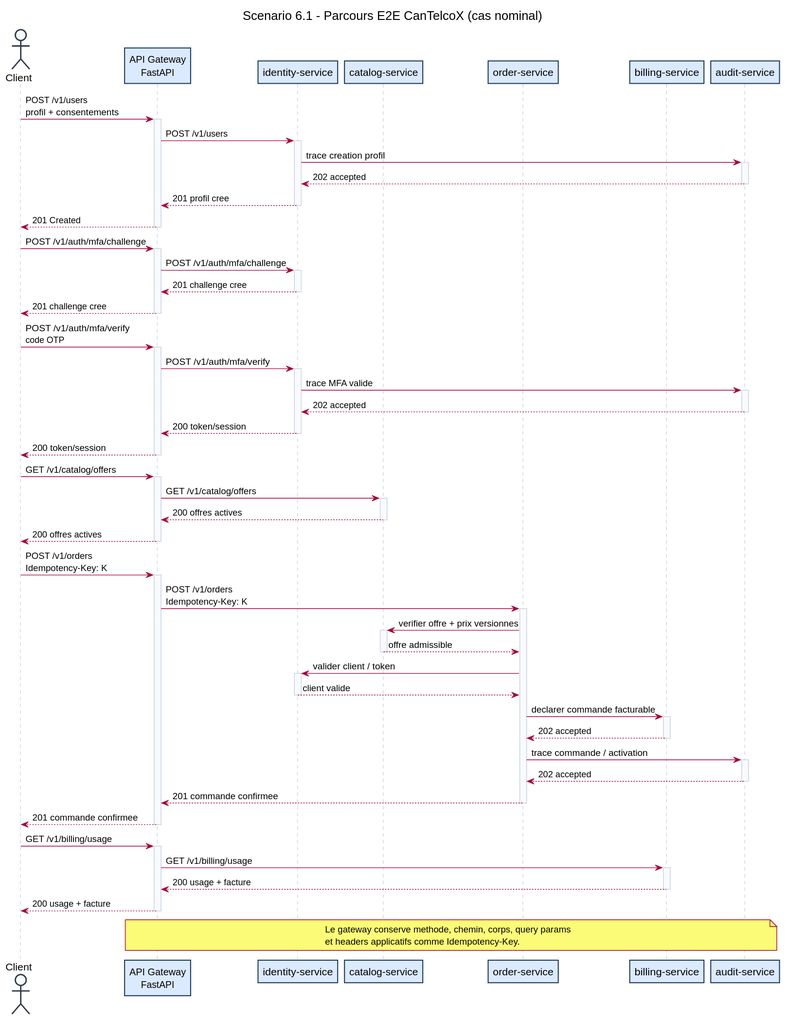
This is docs/diagrams/plantuml/runtime-e2e-6-1.svg from Amjad-Lekhdar/LOG430-cantelcox-api-gateway, a PlantUML export, as it was before one commit.
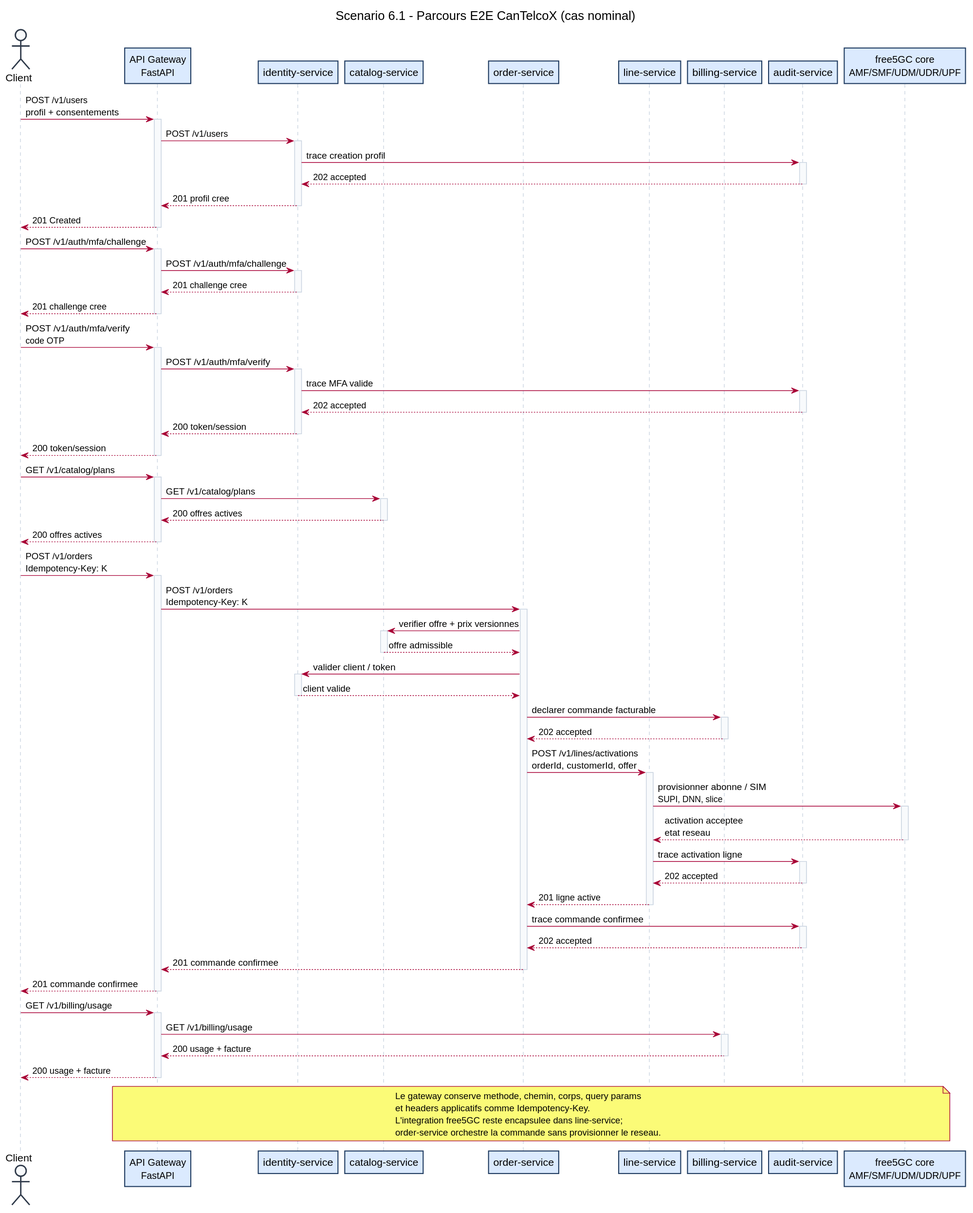
Later version of the same file.

What changed in the source:
```diff
@@ -19,8 +19,10 @@
 participant "identity-service" as Identity
 participant "catalog-service" as Catalog
 participant "order-service" as Orders
+participant "line-service" as Lines
 participant "billing-service" as Billing
 participant "audit-service" as Audit
+participant "free5GC core\nAMF/SMF/UDM/UDR/UPF" as Free5GC
 
 Client -> Gateway : POST /v1/users\nprofil + consentements
 activate Gateway
@@ -57,9 +59,9 @@
 Gateway --> Client : 200 token/session
 deactivate Gateway
 
-Client -> Gateway : GET /v1/catalog/offers
+Client -> Gateway : GET /v1/catalog/plans
 activate Gateway
-Gateway -> Catalog : GET /v1/catalog/offers
+Gateway -> Catalog : GET /v1/catalog/plans
 activate Catalog
 Catalog --> Gateway : 200 offres actives
 deactivate Catalog
@@ -82,7 +84,19 @@
 activate Billing
 Billing --> Orders : 202 accepted
 deactivate Billing
-Orders -> Audit : trace commande / activation
+Orders -> Lines : POST /v1/lines/activations\norderId, customerId, offer
+activate Lines
+Lines -> Free5GC : provisionner abonne / SIM\nSUPI, DNN, slice
+activate Free5GC
+Free5GC --> Lines : activation acceptee\netat reseau
+deactivate Free5GC
+Lines -> Audit : trace activation ligne
+activate Audit
+Audit --> Lines : 202 accepted
+deactivate Audit
+Lines --> Orders : 201 ligne active
+deactivate Lines
+Orders -> Audit : trace commande confirmee
 activate Audit
 Audit --> Orders : 202 accepted
 deactivate Audit
@@ -100,8 +114,10 @@
 Gateway --> Client : 200 usage + facture
 deactivate Gateway
 
-note over Gateway,Audit
+note over Gateway,Free5GC
 Le gateway conserve methode, chemin, corps, query params
 et headers applicatifs comme Idempotency-Key.
+L'integration free5GC reste encapsulee dans line-service;
+order-service orchestre la commande sans provisionner le reseau.
 end note
 @enduml
```
